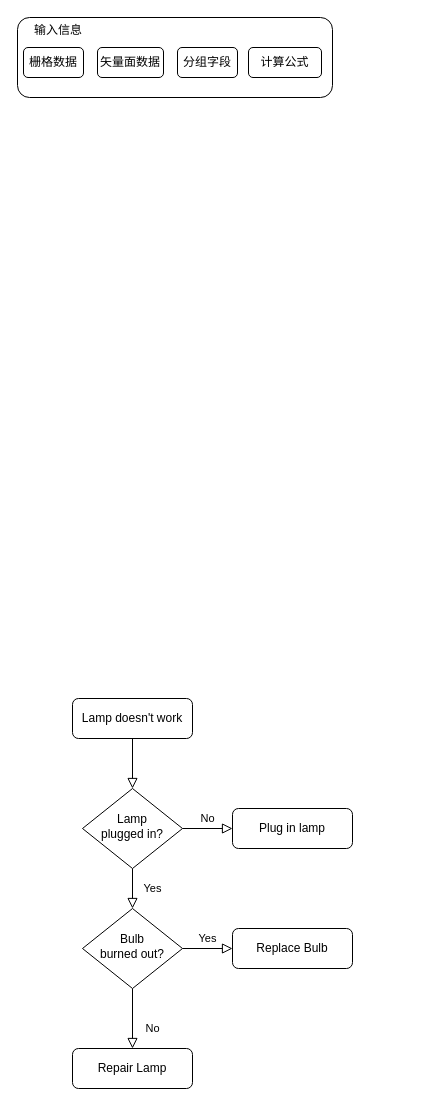
Above: 区域统计.drawio in ninexy/SpringcloudConfig-1 (draw.io), before the change. Source tidied: cells renumbered, new cells numbered last; positions are measured from the earlier drawing's top-left corner, leaving out a move shared by most shapes. Both pictures are drawn from the tidied source at 100%, with x=0, y=0 at pixel (17, 17).
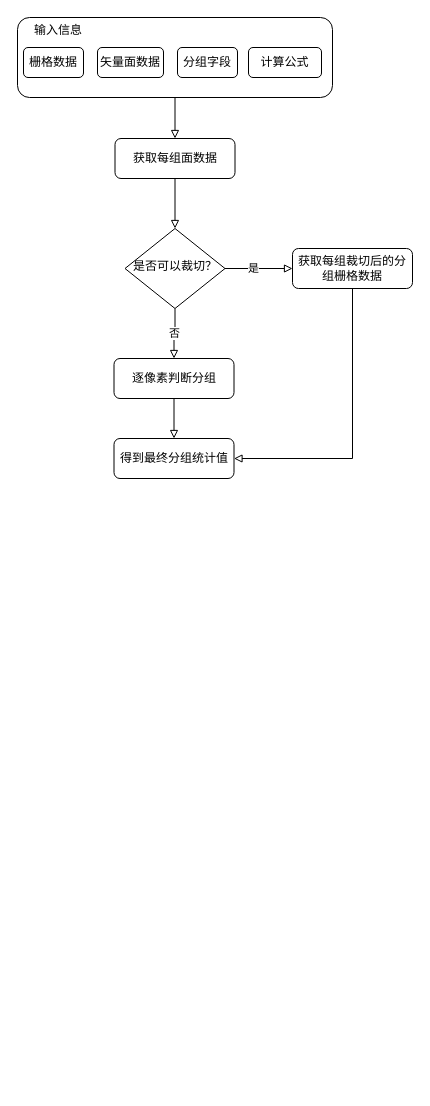
After the change.

The change refers to these unchanged cells:
```xml
<mxCell id="13" style="rounded=1;whiteSpace=wrap;html=1;fontSize=12;glass=0;strokeWidth=1;shadow=0;align=left;fillColor=none;" parent="1" vertex="1">
  <mxGeometry width="315" height="80" as="geometry" />
</mxCell>
```

The edit, as a diff of the source:
```diff
@@
-    <mxCell id="2" style="rounded=0;html=1;jettySize=auto;fontSize=11;endArrow=block;endFill=0;endSize=8;strokeWidth=1;shadow=0;labelBackgroundColor=none;edgeStyle=orthogonalEdgeStyle;" parent="1" edge="1" source="3" target="6">
-      <mxGeometry relative="1" as="geometry" />
-    </mxCell>
-    <mxCell id="3" value="Lamp doesn't work" style="rounded=1;whiteSpace=wrap;html=1;fontSize=12;glass=0;strokeWidth=1;shadow=0;" parent="1" vertex="1">
-      <mxGeometry x="55" y="681" width="120" height="40" as="geometry" />
-    </mxCell>
-    <mxCell id="4" value="Yes" style="rounded=0;html=1;jettySize=auto;fontSize=11;endArrow=block;endFill=0;endSize=8;strokeWidth=1;shadow=0;labelBackgroundColor=none;edgeStyle=orthogonalEdgeStyle;" parent="1" edge="1" source="6" target="10">
-      <mxGeometry y="20" relative="1" as="geometry" />
-    </mxCell>
-    <mxCell id="5" value="No" style="edgeStyle=orthogonalEdgeStyle;rounded=0;html=1;jettySize=auto;fontSize=11;endArrow=block;endFill=0;endSize=8;strokeWidth=1;shadow=0;labelBackgroundColor=none;" parent="1" edge="1" source="6" target="7">
-      <mxGeometry y="10" relative="1" as="geometry" />
-    </mxCell>
-    <mxCell id="6" value="Lamp&lt;br&gt;plugged in?" style="rhombus;whiteSpace=wrap;html=1;shadow=0;fontFamily=Helvetica;fontSize=12;align=center;strokeWidth=1;spacing=6;spacingTop=-4;" parent="1" vertex="1">
-      <mxGeometry x="65" y="771" width="100" height="80" as="geometry" />
-    </mxCell>
-    <mxCell id="7" value="Plug in lamp" style="rounded=1;whiteSpace=wrap;html=1;fontSize=12;glass=0;strokeWidth=1;shadow=0;" parent="1" vertex="1">
-      <mxGeometry x="215" y="791" width="120" height="40" as="geometry" />
-    </mxCell>
-    <mxCell id="8" value="No" style="rounded=0;html=1;jettySize=auto;fontSize=11;endArrow=block;endFill=0;endSize=8;strokeWidth=1;shadow=0;labelBackgroundColor=none;edgeStyle=orthogonalEdgeStyle;" parent="1" edge="1" source="10" target="11">
-      <mxGeometry x="0.33" y="20" relative="1" as="geometry" />
-    </mxCell>
-    <mxCell id="9" value="Yes" style="edgeStyle=orthogonalEdgeStyle;rounded=0;html=1;jettySize=auto;fontSize=11;endArrow=block;endFill=0;endSize=8;strokeWidth=1;shadow=0;labelBackgroundColor=none;" parent="1" edge="1" source="10" target="12">
-      <mxGeometry y="10" relative="1" as="geometry" />
-    </mxCell>
-    <mxCell id="10" value="Bulb&lt;br&gt;burned out?" style="rhombus;whiteSpace=wrap;html=1;shadow=0;fontFamily=Helvetica;fontSize=12;align=center;strokeWidth=1;spacing=6;spacingTop=-4;" parent="1" vertex="1">
-      <mxGeometry x="65" y="891" width="100" height="80" as="geometry" />
-    </mxCell>
-    <mxCell id="11" value="Repair Lamp" style="rounded=1;whiteSpace=wrap;html=1;fontSize=12;glass=0;strokeWidth=1;shadow=0;" parent="1" vertex="1">
-      <mxGeometry x="55" y="1031" width="120" height="40" as="geometry" />
-    </mxCell>
-    <mxCell id="12" value="Replace Bulb" style="rounded=1;whiteSpace=wrap;html=1;fontSize=12;glass=0;strokeWidth=1;shadow=0;" parent="1" vertex="1">
-      <mxGeometry x="215" y="911" width="120" height="40" as="geometry" />
-    </mxCell>
+    <mxCell id="19" style="edgeStyle=orthogonalEdgeStyle;rounded=0;jettySize=auto;html=1;exitX=0.5;exitY=1;exitDx=0;exitDy=0;entryX=0.5;entryY=0;entryDx=0;entryDy=0;endArrow=block;endFill=0;" parent="1" edge="1" source="13" target="21">
+      <mxGeometry relative="1" as="geometry" />
+    </mxCell>
@@
+    <mxCell id="20" style="edgeStyle=orthogonalEdgeStyle;rounded=0;jettySize=auto;html=1;exitX=0.5;exitY=1;exitDx=0;exitDy=0;entryX=0.5;entryY=0;entryDx=0;entryDy=0;endArrow=block;endFill=0;" parent="1" edge="1" source="21" target="25">
+      <mxGeometry relative="1" as="geometry" />
+    </mxCell>
+    <mxCell id="21" value="获取每组面数据" style="rounded=1;whiteSpace=wrap;html=1;fontSize=12;glass=0;strokeWidth=1;shadow=0;" parent="1" vertex="1">
+      <mxGeometry x="97.5" y="121" width="120" height="40" as="geometry" />
+    </mxCell>
+    <mxCell id="22" style="edgeStyle=orthogonalEdgeStyle;rounded=0;jettySize=auto;html=1;exitX=1;exitY=0.5;exitDx=0;exitDy=0;entryX=0;entryY=0.5;entryDx=0;entryDy=0;endArrow=block;endFill=0;" parent="1" edge="1" source="25" target="27">
+      <mxGeometry relative="1" as="geometry" />
+    </mxCell>
+    <mxCell id="23" value="是" style="edgeLabel;html=1;align=center;verticalAlign=middle;" parent="22" vertex="1">
+      <mxGeometry x="-0.19" y="1" relative="1" as="geometry">
+        <mxPoint x="1" as="offset" />
+      </mxGeometry>
+    </mxCell>
+    <mxCell id="24" value="否" style="edgeStyle=orthogonalEdgeStyle;rounded=0;jettySize=auto;html=1;exitX=0.5;exitY=1;exitDx=0;exitDy=0;entryX=0.5;entryY=0;entryDx=0;entryDy=0;endArrow=block;endFill=0;" parent="1" edge="1" source="25" target="29">
+      <mxGeometry relative="1" as="geometry" />
+    </mxCell>
+    <mxCell id="25" value="是否可以裁切？" style="rhombus;whiteSpace=wrap;html=1;shadow=0;fontFamily=Helvetica;fontSize=12;align=center;strokeWidth=1;spacing=6;spacingTop=-4;" parent="1" vertex="1">
+      <mxGeometry x="107.5" y="211" width="100" height="80" as="geometry" />
+    </mxCell>
+    <mxCell id="26" style="edgeStyle=orthogonalEdgeStyle;rounded=0;jettySize=auto;html=1;exitX=0.5;exitY=1;exitDx=0;exitDy=0;entryX=1;entryY=0.5;entryDx=0;entryDy=0;endArrow=block;endFill=0;" parent="1" edge="1" source="27" target="30">
+      <mxGeometry relative="1" as="geometry" />
+    </mxCell>
+    <mxCell id="27" value="获取每组裁切后的分组栅格数据" style="rounded=1;whiteSpace=wrap;html=1;fontSize=12;glass=0;strokeWidth=1;shadow=0;" parent="1" vertex="1">
+      <mxGeometry x="275" y="231" width="120" height="40" as="geometry" />
+    </mxCell>
+    <mxCell id="28" style="edgeStyle=orthogonalEdgeStyle;rounded=0;jettySize=auto;html=1;exitX=0.5;exitY=1;exitDx=0;exitDy=0;entryX=0.5;entryY=0;entryDx=0;entryDy=0;endArrow=block;endFill=0;" parent="1" edge="1" source="29" target="30">
+      <mxGeometry relative="1" as="geometry" />
+    </mxCell>
+    <mxCell id="29" value="逐像素判断分组" style="rounded=1;whiteSpace=wrap;html=1;fontSize=12;glass=0;strokeWidth=1;shadow=0;" parent="1" vertex="1">
+      <mxGeometry x="96.5" y="341" width="120" height="40" as="geometry" />
+    </mxCell>
+    <mxCell id="30" value="得到最终分组统计值" style="rounded=1;whiteSpace=wrap;html=1;fontSize=12;glass=0;strokeWidth=1;shadow=0;" parent="1" vertex="1">
+      <mxGeometry x="96.5" y="421" width="120" height="40" as="geometry" />
+    </mxCell>
```
